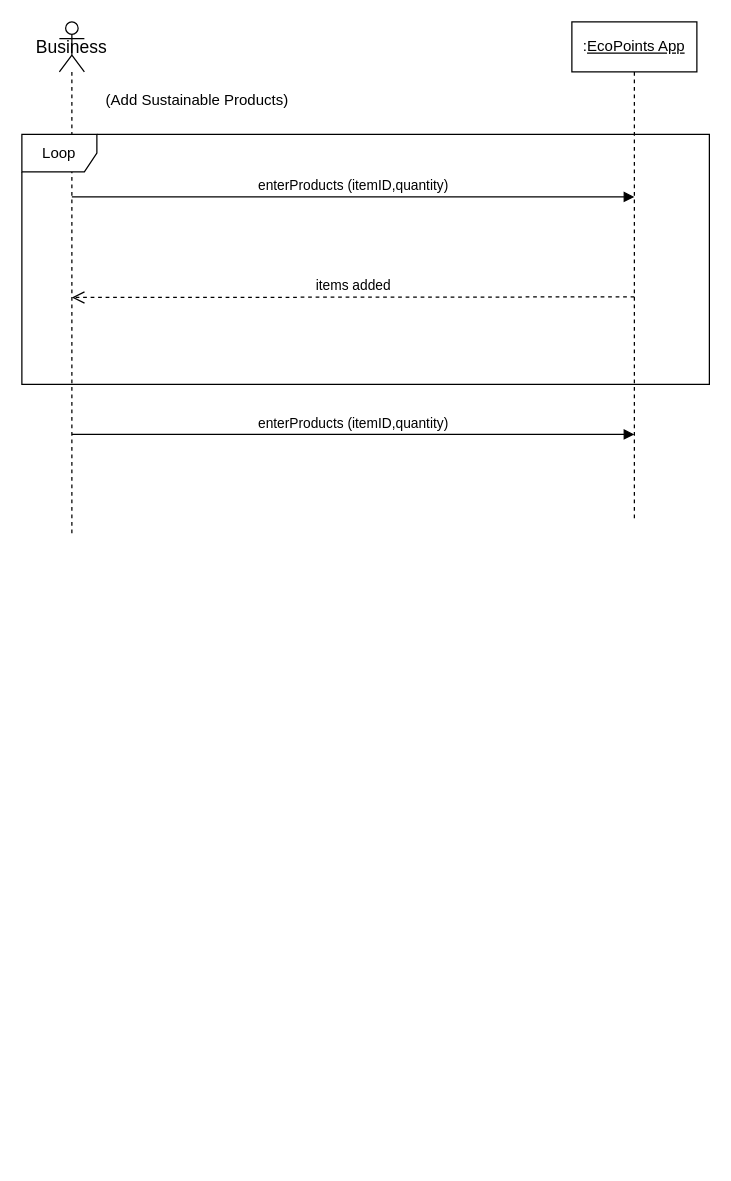
Above: Untitled Diagram.drawio in biabcp/SSD-Sustainable-Products- (draw.io), before the change. Source tidied: cells renumbered, new cells numbered last; positions are measured from the earlier drawing's top-left corner, leaving out a move shared by most shapes. Both pictures are drawn from the tidied source at 125%, with x=0, y=0 at pixel (21, 21).
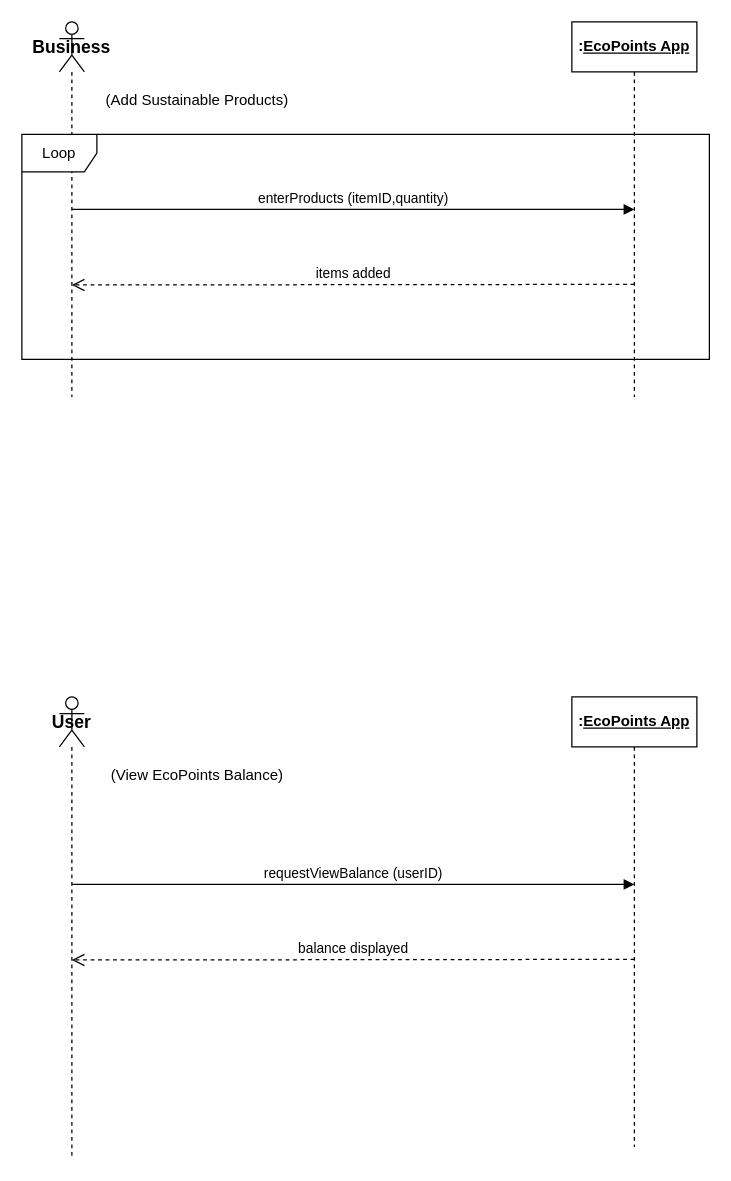
The same page after the edit.

Commit message:
SSD MSIS 670.drawio

The edit, as a diff of the source:
```diff
@@
 <mxGraphModel>
   <root>
     <mxCell id="0" />
     <mxCell id="1" parent="0" />
-    <mxCell id="2" value=":&lt;u&gt;EcoPoints App&lt;/u&gt;" style="shape=umlLifeline;perimeter=lifelinePerimeter;whiteSpace=wrap;html=1;newEdgeStyle={&quot;curved&quot;:0,&quot;rounded&quot;:0};" parent="1" vertex="1">
-      <mxGeometry x="440" width="100" height="400" as="geometry" />
+    <mxCell id="2" value="&lt;b&gt;:&lt;u&gt;EcoPoints App&lt;/u&gt;&lt;/b&gt;" style="shape=umlLifeline;perimeter=lifelinePerimeter;whiteSpace=wrap;html=1;newEdgeStyle={&quot;curved&quot;:0,&quot;rounded&quot;:0};" parent="1" vertex="1">
+      <mxGeometry x="440" width="100" height="300" as="geometry" />
     </mxCell>
-    <mxCell id="3" value="&lt;font style=&quot;font-size: 14px;&quot;&gt;Business&lt;/font&gt;" style="shape=umlLifeline;perimeter=lifelinePerimeter;whiteSpace=wrap;html=1;newEdgeStyle={&quot;curved&quot;:0,&quot;rounded&quot;:0};participant=umlActor;" parent="1" vertex="1">
-      <mxGeometry x="30" width="20" height="410" as="geometry" />
+    <mxCell id="3" value="&lt;font style=&quot;font-size: 14px;&quot;&gt;&lt;b&gt;Business&lt;/b&gt;&lt;/font&gt;" style="shape=umlLifeline;perimeter=lifelinePerimeter;whiteSpace=wrap;html=1;newEdgeStyle={&quot;curved&quot;:0,&quot;rounded&quot;:0};participant=umlActor;" parent="1" vertex="1">
+      <mxGeometry x="30" width="20" height="300" as="geometry" />
     </mxCell>
     <mxCell id="4" value="(Add Sustainable Products)" style="text;html=1;align=center;verticalAlign=middle;strokeColor=none;fillColor=none;" parent="1" vertex="1">
       <mxGeometry x="55" y="48" width="170" height="30" as="geometry" />
     </mxCell>
     <mxCell id="5" value="items added" style="html=1;verticalAlign=bottom;endArrow=open;dashed=1;endSize=8;curved=0;rounded=0;" parent="1" edge="1">
       <mxGeometry relative="1" as="geometry">
-        <mxPoint x="490" y="220" as="sourcePoint" />
-        <mxPoint x="40" y="220.5" as="targetPoint" />
+        <mxPoint x="490" y="210" as="sourcePoint" />
+        <mxPoint x="40" y="210.5" as="targetPoint" />
       </mxGeometry>
     </mxCell>
     <mxCell id="6" value="enterProducts (itemID,quantity)" style="html=1;verticalAlign=bottom;endArrow=block;curved=0;rounded=0;" parent="1" edge="1">
       <mxGeometry relative="1" as="geometry">
-        <mxPoint x="40" y="140" as="sourcePoint" />
-        <mxPoint x="490" y="140" as="targetPoint" />
+        <mxPoint x="40" y="150" as="sourcePoint" />
+        <mxPoint x="490" y="150" as="targetPoint" />
       </mxGeometry>
     </mxCell>
     <mxCell id="7" value="Loop" style="shape=umlFrame;whiteSpace=wrap;html=1;" parent="1" vertex="1">
-      <mxGeometry y="90" width="550" height="200" as="geometry" />
+      <mxGeometry y="90" width="550" height="180" as="geometry" />
     </mxCell>
-    <mxCell id="8" value="enterProducts (itemID,quantity)" style="html=1;verticalAlign=bottom;endArrow=block;curved=0;rounded=0;" parent="1" edge="1">
-      <mxGeometry relative="1" as="geometry">
-        <mxPoint x="40" y="330" as="sourcePoint" />
-        <mxPoint x="490" y="330" as="targetPoint" />
-      </mxGeometry>
-    </mxCell>
+    <mxCell id="9" value="&lt;b&gt;:&lt;u&gt;EcoPoints App&lt;/u&gt;&lt;/b&gt;" style="shape=umlLifeline;perimeter=lifelinePerimeter;whiteSpace=wrap;html=1;newEdgeStyle={&quot;curved&quot;:0,&quot;rounded&quot;:0};" parent="1" vertex="1">
+      <mxGeometry x="440" y="540" width="100" height="360" as="geometry" />
+    </mxCell>
+    <mxCell id="10" value="&lt;font style=&quot;font-size: 14px;&quot;&gt;&lt;b&gt;User&lt;/b&gt;&lt;/font&gt;" style="shape=umlLifeline;perimeter=lifelinePerimeter;whiteSpace=wrap;html=1;newEdgeStyle={&quot;curved&quot;:0,&quot;rounded&quot;:0};participant=umlActor;" parent="1" vertex="1">
+      <mxGeometry x="30" y="540" width="20" height="370" as="geometry" />
+    </mxCell>
+    <mxCell id="11" value="(View EcoPoints Balance)" style="text;html=1;align=center;verticalAlign=middle;strokeColor=none;fillColor=none;" parent="1" vertex="1">
+      <mxGeometry x="60" y="588" width="160" height="30" as="geometry" />
+    </mxCell>
+    <mxCell id="12" value="balance displayed" style="html=1;verticalAlign=bottom;endArrow=open;dashed=1;endSize=8;curved=0;rounded=0;" parent="1" edge="1">
+      <mxGeometry relative="1" as="geometry">
+        <mxPoint x="490" y="750" as="sourcePoint" />
+        <mxPoint x="40" y="750.5" as="targetPoint" />
+      </mxGeometry>
+    </mxCell>
+    <mxCell id="13" value="requestViewBalance (userID)" style="html=1;verticalAlign=bottom;endArrow=block;curved=0;rounded=0;" parent="1" edge="1">
+      <mxGeometry relative="1" as="geometry">
+        <mxPoint x="40" y="690" as="sourcePoint" />
+        <mxPoint x="490" y="690" as="targetPoint" />
+      </mxGeometry>
+    </mxCell>
   </root>
 </mxGraphModel>
```
